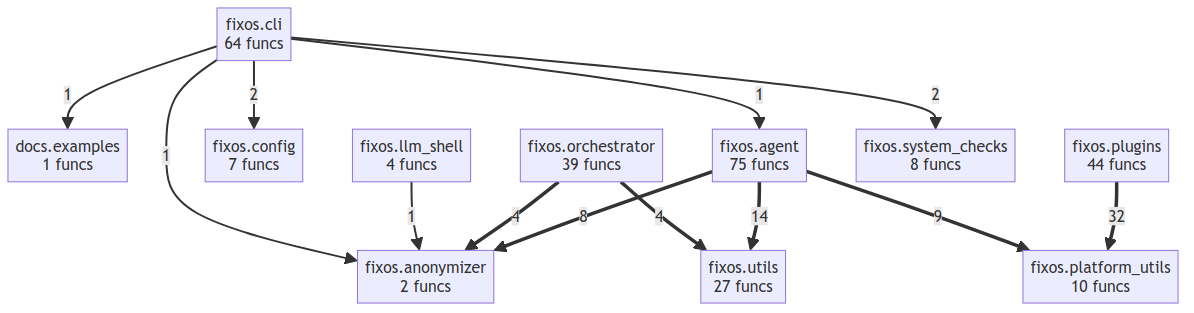
Above: project/compact_flow.png in wronai/fixos (Mermaid), before the change. Its source is kept beside it as project/compact_flow.mmd.
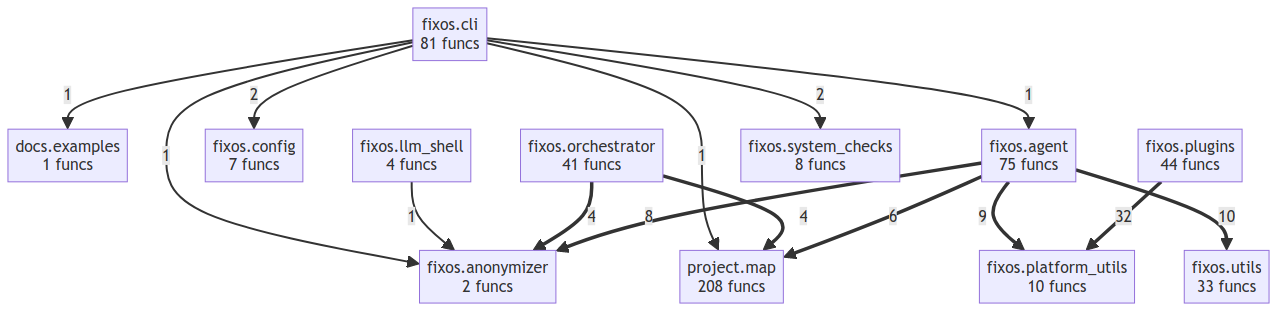
After the commit.

The edit, as a diff of the source:
```diff
@@ -2,23 +2,26 @@
     docs__examples["docs.examples<br/>1 funcs"]
     fixos__agent["fixos.agent<br/>75 funcs"]
     fixos__anonymizer["fixos.anonymizer<br/>2 funcs"]
-    fixos__cli["fixos.cli<br/>64 funcs"]
+    fixos__cli["fixos.cli<br/>81 funcs"]
     fixos__config["fixos.config<br/>7 funcs"]
     fixos__llm_shell["fixos.llm_shell<br/>4 funcs"]
-    fixos__orchestrator["fixos.orchestrator<br/>39 funcs"]
+    fixos__orchestrator["fixos.orchestrator<br/>41 funcs"]
     fixos__platform_utils["fixos.platform_utils<br/>10 funcs"]
     fixos__plugins["fixos.plugins<br/>44 funcs"]
     fixos__system_checks["fixos.system_checks<br/>8 funcs"]
-    fixos__utils["fixos.utils<br/>27 funcs"]
+    fixos__utils["fixos.utils<br/>33 funcs"]
+    project__map["project.map<br/>208 funcs"]
     fixos__plugins ==>|32| fixos__platform_utils
-    fixos__agent ==>|14| fixos__utils
+    fixos__agent ==>|10| fixos__utils
     fixos__agent ==>|9| fixos__platform_utils
     fixos__agent ==>|8| fixos__anonymizer
+    fixos__agent ==>|6| project__map
     fixos__orchestrator ==>|4| fixos__anonymizer
-    fixos__orchestrator ==>|4| fixos__utils
+    fixos__orchestrator ==>|4| project__map
+    fixos__cli -->|2| fixos__config
     fixos__cli -->|2| fixos__system_checks
-    fixos__cli -->|2| fixos__config
     fixos__llm_shell -->|1| fixos__anonymizer
+    fixos__cli -->|1| project__map
     fixos__cli -->|1| fixos__anonymizer
     fixos__cli -->|1| docs__examples
     fixos__cli -->|1| fixos__agent
```
